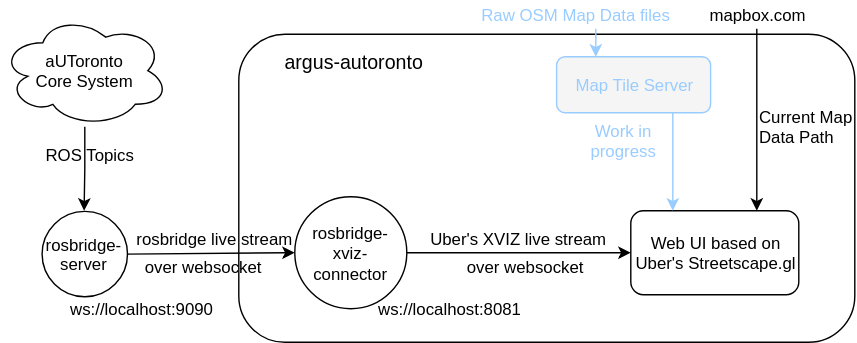
The draw.io diagram argus-overview.svg in leonzz/argus-autoronto, before a commit. Source tidied: cells renumbered, new cells last; positions are measured from the earlier drawing's top-left corner, leaving out a move shared by most shapes.
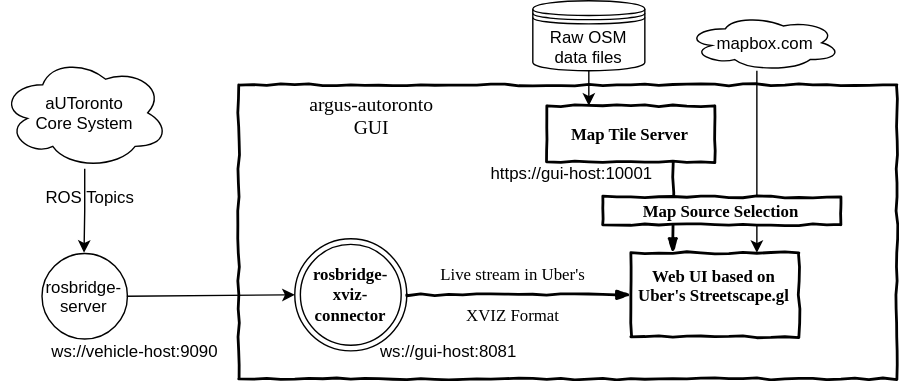
Later version of the same file.

Commit message:
add short bonus report and update diagram

Change to the diagram source:
```diff
@@ -2,37 +2,22 @@
   <root>
     <mxCell id="0" />
     <mxCell id="1" parent="0" />
-    <mxCell id="2" style="rounded=1;whiteSpace=wrap;html=1;" parent="1" vertex="1">
-      <mxGeometry x="170" y="24" width="440" height="220" as="geometry" />
-    </mxCell>
-    <mxCell id="3" style="edgeStyle=orthogonalEdgeStyle;rounded=0;html=1;exitX=1;exitY=0.5;exitDx=0;exitDy=0;entryX=0;entryY=0.5;entryDx=0;entryDy=0;jettySize=auto;" parent="1" edge="1" source="4" target="7">
-      <mxGeometry relative="1" as="geometry" />
-    </mxCell>
-    <mxCell id="4" value="rosbridge-xviz-connector&lt;br&gt;" style="ellipse;whiteSpace=wrap;html=1;" parent="1" vertex="1">
-      <mxGeometry x="210" y="140" width="80" height="80" as="geometry" />
-    </mxCell>
+    <mxCell id="26" style="html=1;whiteSpace=wrap;comic=1;strokeWidth=2;fontFamily=Comic Sans MS;fontStyle=1;" parent="1" vertex="1">
+      <mxGeometry x="170" y="30" width="470" height="210" as="geometry" />
+    </mxCell>
     <mxCell id="5" style="edgeStyle=orthogonalEdgeStyle;rounded=0;jettySize=auto;html=1;" parent="1" edge="1" source="6" target="12">
       <mxGeometry relative="1" as="geometry" />
     </mxCell>
     <mxCell id="6" value="aUToronto&lt;br&gt;Core System&lt;br&gt;" style="ellipse;shape=cloud;whiteSpace=wrap;html=1;" parent="1" vertex="1">
       <mxGeometry y="10" width="120" height="80" as="geometry" />
     </mxCell>
-    <mxCell id="7" value="Web UI based on&lt;br&gt;Uber's Streetscape.gl&lt;br&gt;" style="rounded=1;whiteSpace=wrap;html=1;" parent="1" vertex="1">
-      <mxGeometry x="450" y="150" width="120" height="60" as="geometry" />
-    </mxCell>
-    <mxCell id="8" style="edgeStyle=orthogonalEdgeStyle;rounded=0;html=1;exitX=0.75;exitY=1;exitDx=0;exitDy=0;entryX=0.25;entryY=0;entryDx=0;entryDy=0;jettySize=auto;strokeColor=#99CCFF;" parent="1" edge="1" source="9" target="7">
-      <mxGeometry relative="1" as="geometry" />
-    </mxCell>
-    <mxCell id="9" value="Map Tile Server&lt;br&gt;" style="rounded=1;whiteSpace=wrap;html=1;fillColor=#f5f5f5;strokeColor=#99CCFF;fontColor=#99CCFF;" parent="1" vertex="1">
-      <mxGeometry x="397" y="40" width="110" height="40" as="geometry" />
-    </mxCell>
-    <mxCell id="10" style="endArrow=classic;html=1;entryX=0.25;entryY=0;entryDx=0;entryDy=0;strokeColor=#99CCFF;" parent="1" edge="1" target="9">
+    <mxCell id="10" style="endArrow=classic;html=1;entryX=0.25;entryY=0;entryDx=0;entryDy=0;strokeColor=#000000;" parent="1" edge="1" target="9">
       <mxGeometry relative="1" as="geometry">
-        <mxPoint x="425" y="20" as="sourcePoint" />
+        <mxPoint x="420" y="20" as="sourcePoint" />
       </mxGeometry>
     </mxCell>
-    <mxCell id="11" value="&lt;font style=&quot;font-size: 14px&quot;&gt;argus-autoronto&lt;/font&gt;" style="text;html=1;strokeColor=none;fillColor=none;align=center;verticalAlign=middle;whiteSpace=wrap;rounded=0;" parent="1" vertex="1">
-      <mxGeometry x="200" y="33" width="105" height="20" as="geometry" />
+    <mxCell id="11" value="&lt;font style=&quot;font-size: 14px&quot; face=&quot;Comic Sans MS&quot;&gt;argus-autoronto&lt;br&gt;GUI&lt;br&gt;&lt;/font&gt;" style="text;html=1;strokeColor=none;fillColor=none;align=center;verticalAlign=middle;whiteSpace=wrap;rounded=0;" parent="1" vertex="1">
+      <mxGeometry x="195" y="42" width="140" height="20" as="geometry" />
     </mxCell>
     <mxCell id="12" value="rosbridge-server&lt;br&gt;" style="ellipse;whiteSpace=wrap;html=1;" parent="1" vertex="1">
       <mxGeometry x="29" y="150" width="61" height="61" as="geometry" />
@@ -40,41 +25,52 @@
     <mxCell id="13" value="ROS Topics" style="text;html=1;strokeColor=none;fillColor=none;align=center;verticalAlign=middle;whiteSpace=wrap;rounded=0;" parent="1" vertex="1">
       <mxGeometry x="24" y="100" width="80" height="20" as="geometry" />
     </mxCell>
-    <mxCell id="14" value="Uber's XVIZ live stream" style="text;html=1;strokeColor=none;fillColor=none;align=center;verticalAlign=middle;whiteSpace=wrap;rounded=0;" parent="1" vertex="1">
-      <mxGeometry x="300" y="160" width="140" height="20" as="geometry" />
+    <mxCell id="14" value="&lt;font face=&quot;Comic Sans MS&quot;&gt;Live stream in Uber's&lt;br&gt;&lt;br&gt;XVIZ Format&lt;/font&gt;" style="text;html=1;strokeColor=none;fillColor=none;align=center;verticalAlign=middle;whiteSpace=wrap;rounded=0;" parent="1" vertex="1">
+      <mxGeometry x="280" y="150" width="170" height="60" as="geometry" />
     </mxCell>
-    <mxCell id="15" value="Raw OSM Map Data files" style="text;html=1;strokeColor=none;fillColor=none;align=center;verticalAlign=middle;whiteSpace=wrap;rounded=0;fontColor=#99CCFF;" parent="1" vertex="1">
-      <mxGeometry x="340" width="140" height="20" as="geometry" />
-    </mxCell>
-    <mxCell id="16" value="mapbox.com" style="text;html=1;strokeColor=none;fillColor=none;align=center;verticalAlign=middle;whiteSpace=wrap;rounded=0;" parent="1" vertex="1">
-      <mxGeometry x="490" width="100" height="20" as="geometry" />
-    </mxCell>
-    <mxCell id="17" style="endArrow=classic;html=1;entryX=0.75;entryY=0;entryDx=0;entryDy=0;exitX=0.5;exitY=1;exitDx=0;exitDy=0;" parent="1" edge="1" source="16" target="7">
-      <mxGeometry relative="1" as="geometry" />
+    <mxCell id="17" style="endArrow=classic;html=1;entryX=0.75;entryY=0;entryDx=0;entryDy=0;exitX=0.5;exitY=1;exitDx=0;exitDy=0;" parent="1" edge="1">
+      <mxGeometry relative="1" as="geometry">
+        <mxPoint x="540" y="20" as="sourcePoint" />
+        <mxPoint x="540" y="150" as="targetPoint" />
+      </mxGeometry>
     </mxCell>
-    <mxCell id="18" value="Work in progress" style="text;html=1;strokeColor=none;fillColor=none;align=center;verticalAlign=middle;whiteSpace=wrap;rounded=0;fontColor=#99CCFF;" parent="1" vertex="1">
-      <mxGeometry x="400" y="90" width="90" height="20" as="geometry" />
-    </mxCell>
-    <mxCell id="19" value="&lt;div style=&quot;text-align: left&quot;&gt;&lt;span style=&quot;color: rgb(0 , 0 , 0)&quot;&gt;Current Map Data Path&lt;/span&gt;&lt;/div&gt;" style="text;html=1;strokeColor=none;fillColor=none;align=center;verticalAlign=middle;whiteSpace=wrap;rounded=0;fontColor=#99CCFF;" parent="1" vertex="1">
-      <mxGeometry x="541" y="80" width="70" height="20" as="geometry" />
-    </mxCell>
-    <mxCell id="20" style="endArrow=classic;html=1;strokeColor=#000000;fontColor=#99CCFF;exitX=1;exitY=0.5;exitDx=0;exitDy=0;entryX=0;entryY=0.5;entryDx=0;entryDy=0;" parent="1" edge="1" source="12" target="4">
-      <mxGeometry relative="1" as="geometry" />
+    <mxCell id="20" style="endArrow=classic;html=1;strokeColor=#000000;fontColor=#99CCFF;exitX=1;exitY=0.5;exitDx=0;exitDy=0;entryX=0;entryY=0.5;entryDx=0;entryDy=0;" parent="1" edge="1" source="12">
+      <mxGeometry relative="1" as="geometry">
+        <mxPoint x="210" y="180" as="targetPoint" />
+      </mxGeometry>
     </mxCell>
-    <mxCell id="21" value="&lt;font color=&quot;#000000&quot;&gt;ws://localhost:9090&lt;/font&gt;" style="text;html=1;strokeColor=none;fillColor=none;align=center;verticalAlign=middle;whiteSpace=wrap;rounded=0;fontColor=#99CCFF;" parent="1" vertex="1">
-      <mxGeometry x="40" y="210" width="120" height="20" as="geometry" />
+    <mxCell id="21" value="&lt;font color=&quot;#000000&quot;&gt;ws://vehicle-host:9090&lt;/font&gt;" style="text;html=1;strokeColor=none;fillColor=none;align=center;verticalAlign=middle;whiteSpace=wrap;rounded=0;fontColor=#99CCFF;" parent="1" vertex="1">
+      <mxGeometry x="30" y="210" width="130" height="20" as="geometry" />
     </mxCell>
-    <mxCell id="22" value="&lt;font color=&quot;#000000&quot;&gt;ws://localhost:8081&lt;/font&gt;" style="text;html=1;strokeColor=none;fillColor=none;align=center;verticalAlign=middle;whiteSpace=wrap;rounded=0;fontColor=#99CCFF;" parent="1" vertex="1">
+    <mxCell id="22" value="&lt;font color=&quot;#000000&quot;&gt;ws://gui-host:8081&lt;/font&gt;" style="text;html=1;strokeColor=none;fillColor=none;align=center;verticalAlign=middle;whiteSpace=wrap;rounded=0;fontColor=#99CCFF;" parent="1" vertex="1">
       <mxGeometry x="260" y="210" width="120" height="20" as="geometry" />
     </mxCell>
-    <mxCell id="23" value="rosbridge live stream" style="text;html=1;strokeColor=none;fillColor=none;align=center;verticalAlign=middle;whiteSpace=wrap;rounded=0;" parent="1" vertex="1">
-      <mxGeometry x="88" y="160" width="130" height="20" as="geometry" />
-    </mxCell>
-    <mxCell id="24" value="&lt;font color=&quot;#000000&quot;&gt;over websocket&lt;/font&gt;" style="text;html=1;strokeColor=none;fillColor=none;align=center;verticalAlign=middle;whiteSpace=wrap;rounded=0;fontColor=#99CCFF;" parent="1" vertex="1">
-      <mxGeometry x="100" y="180" width="90" height="20" as="geometry" />
-    </mxCell>
-    <mxCell id="25" value="&lt;font color=&quot;#000000&quot;&gt;over websocket&lt;/font&gt;" style="text;html=1;strokeColor=none;fillColor=none;align=center;verticalAlign=middle;whiteSpace=wrap;rounded=0;fontColor=#99CCFF;" parent="1" vertex="1">
-      <mxGeometry x="330" y="180" width="90" height="20" as="geometry" />
-    </mxCell>
+    <mxCell id="7" value="&lt;span&gt;Web UI based on&lt;/span&gt;&lt;br&gt;&lt;span&gt;Uber's Streetscape.gl&lt;/span&gt;" style="html=1;whiteSpace=wrap;comic=1;strokeWidth=2;fontFamily=Comic Sans MS;fontStyle=1;" parent="1" vertex="1">
+      <mxGeometry x="450" y="150" width="120" height="60" as="geometry" />
+    </mxCell>
+    <mxCell id="4" value="&lt;span&gt;&lt;font face=&quot;Comic Sans MS&quot;&gt;&lt;b&gt;rosbridge-xviz-connector&lt;/b&gt;&lt;/font&gt;&lt;/span&gt;" style="ellipse;shape=doubleEllipse;whiteSpace=wrap;html=1;" parent="1" vertex="1">
+      <mxGeometry x="210" y="140" width="80" height="80" as="geometry" />
+    </mxCell>
+    <mxCell id="3" style="rounded=0;comic=1;strokeWidth=2;endArrow=blockThin;html=1;fontFamily=Comic Sans MS;fontStyle=1;exitX=1;exitY=0.5;exitDx=0;exitDy=0;entryX=0;entryY=0.5;entryDx=0;entryDy=0;" parent="1" edge="1" source="4" target="7">
+      <mxGeometry relative="1" as="geometry" />
+    </mxCell>
+    <mxCell id="9" value="&lt;span&gt;Map Tile Server&lt;/span&gt;" style="html=1;whiteSpace=wrap;comic=1;strokeWidth=2;fontFamily=Comic Sans MS;fontStyle=1;" parent="1" vertex="1">
+      <mxGeometry x="390" y="45" width="120" height="40" as="geometry" />
+    </mxCell>
+    <mxCell id="8" style="rounded=0;comic=1;strokeWidth=2;endArrow=blockThin;html=1;fontFamily=Comic Sans MS;fontStyle=1;exitX=0.75;exitY=1;exitDx=0;exitDy=0;entryX=0.25;entryY=0;entryDx=0;entryDy=0;" parent="1" edge="1" source="9" target="7">
+      <mxGeometry relative="1" as="geometry" />
+    </mxCell>
+    <mxCell id="27" value="Raw OSM data files" style="shape=datastore;whiteSpace=wrap;html=1;strokeColor=#000000;" parent="1" vertex="1">
+      <mxGeometry x="380" y="-30" width="80" height="50" as="geometry" />
+    </mxCell>
+    <mxCell id="28" value="&lt;font color=&quot;#000000&quot;&gt;https://gui-host:10001&lt;/font&gt;" style="text;html=1;strokeColor=none;fillColor=none;align=center;verticalAlign=middle;whiteSpace=wrap;rounded=0;fontColor=#99CCFF;" parent="1" vertex="1">
+      <mxGeometry x="348" y="83" width="120" height="20" as="geometry" />
+    </mxCell>
+    <mxCell id="29" value="Map Source Selection" style="html=1;whiteSpace=wrap;comic=1;strokeWidth=2;fontFamily=Comic Sans MS;fontStyle=1;" parent="1" vertex="1">
+      <mxGeometry x="430" y="110" width="170" height="20" as="geometry" />
+    </mxCell>
+    <mxCell id="16" value="mapbox.com" style="ellipse;shape=cloud;whiteSpace=wrap;html=1;strokeColor=#000000;" parent="1" vertex="1">
+      <mxGeometry x="490" y="-20" width="110" height="40" as="geometry" />
+    </mxCell>
   </root>
 </mxGraphModel>
```
